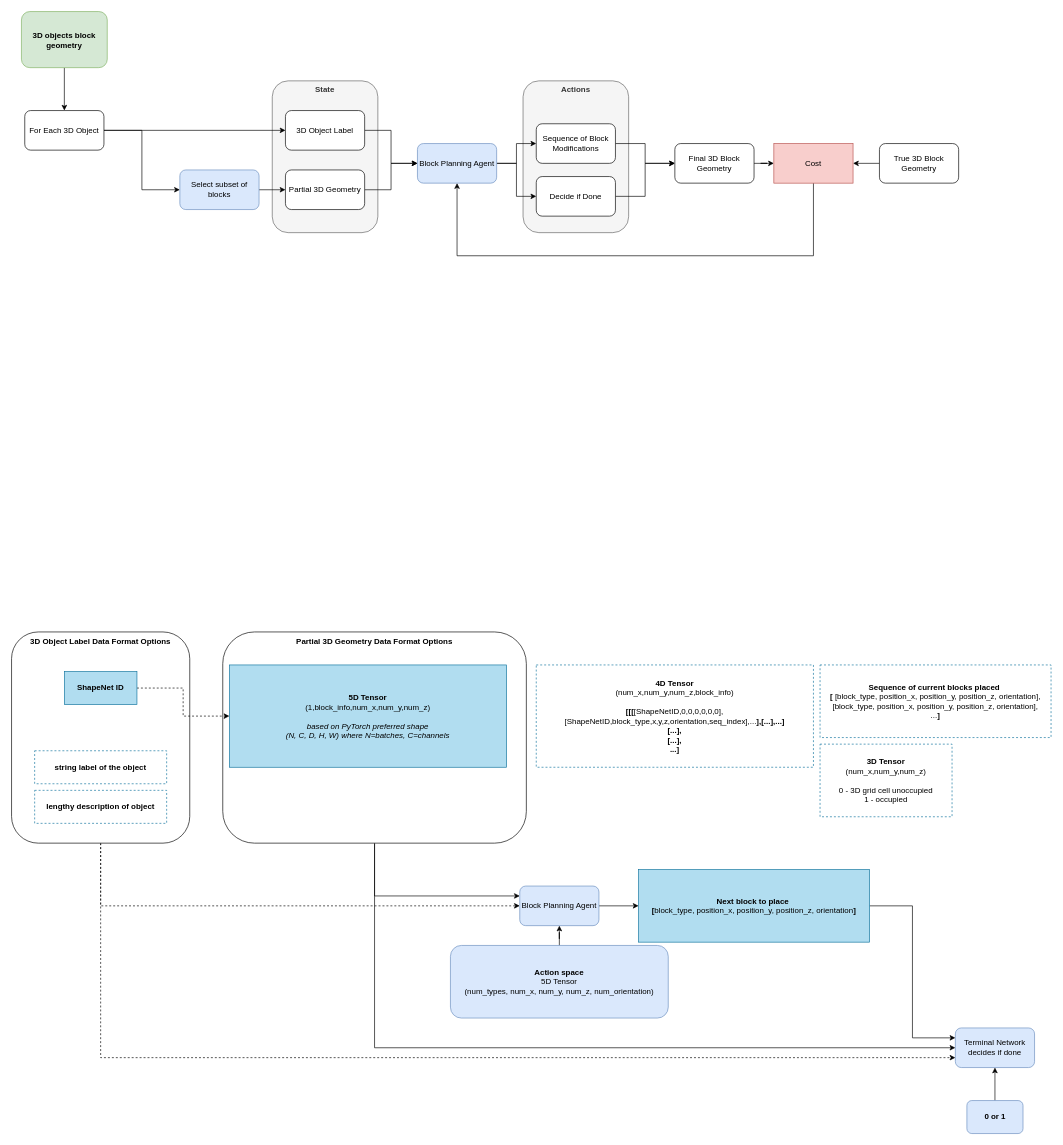
Before: block-laying-agent/block_laying_agent.drawio in holistudio/project-spaceship, a draw.io diagram. Source tidied: cells renumbered, new cells numbered last; positions are measured from the earlier drawing's top-left corner, leaving out a move shared by most shapes. Both pictures are drawn from the tidied source at 66%, with x=0, y=0 at pixel (11, 11).
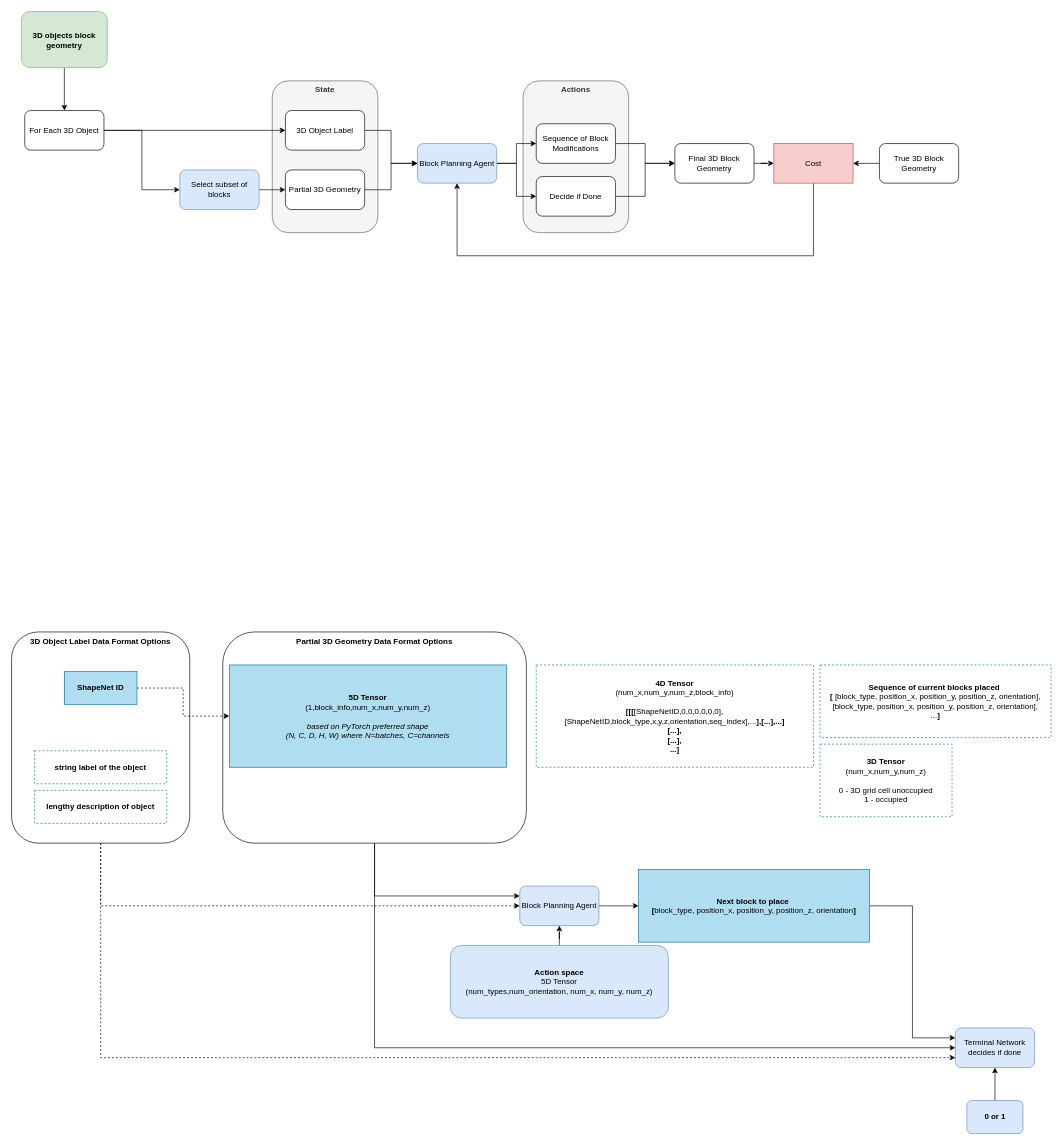
Above is the later version.

Commit message (it also covers changes not shown here):
Slight edits to log in terms of values

Diff of the diagram source:
```diff
@@
-    <mxCell id="46" value="Action space&lt;br&gt;&lt;span style=&quot;font-weight: normal;&quot;&gt;5D Tensor&lt;br&gt;(num_types, num_x, num_y, num_z, num_orientation)&lt;/span&gt;" style="rounded=1;whiteSpace=wrap;html=1;fillColor=#dae8fc;strokeColor=#6c8ebf;fontStyle=1;" parent="1" vertex="1">
+    <mxCell id="46" value="Action space&lt;br&gt;&lt;span style=&quot;font-weight: normal;&quot;&gt;5D Tensor&lt;br&gt;(num_types,&lt;/span&gt;&lt;span style=&quot;font-weight: 400;&quot;&gt;num_orientation,&amp;nbsp;&lt;/span&gt;&lt;span style=&quot;font-weight: normal;&quot;&gt;num_x, num_y, num_z)&lt;/span&gt;" style="rounded=1;whiteSpace=wrap;html=1;fillColor=#dae8fc;strokeColor=#6c8ebf;fontStyle=1;" parent="1" vertex="1">
       <mxGeometry x="665" y="1415" width="330" height="110" as="geometry" />
     </mxCell>
```
